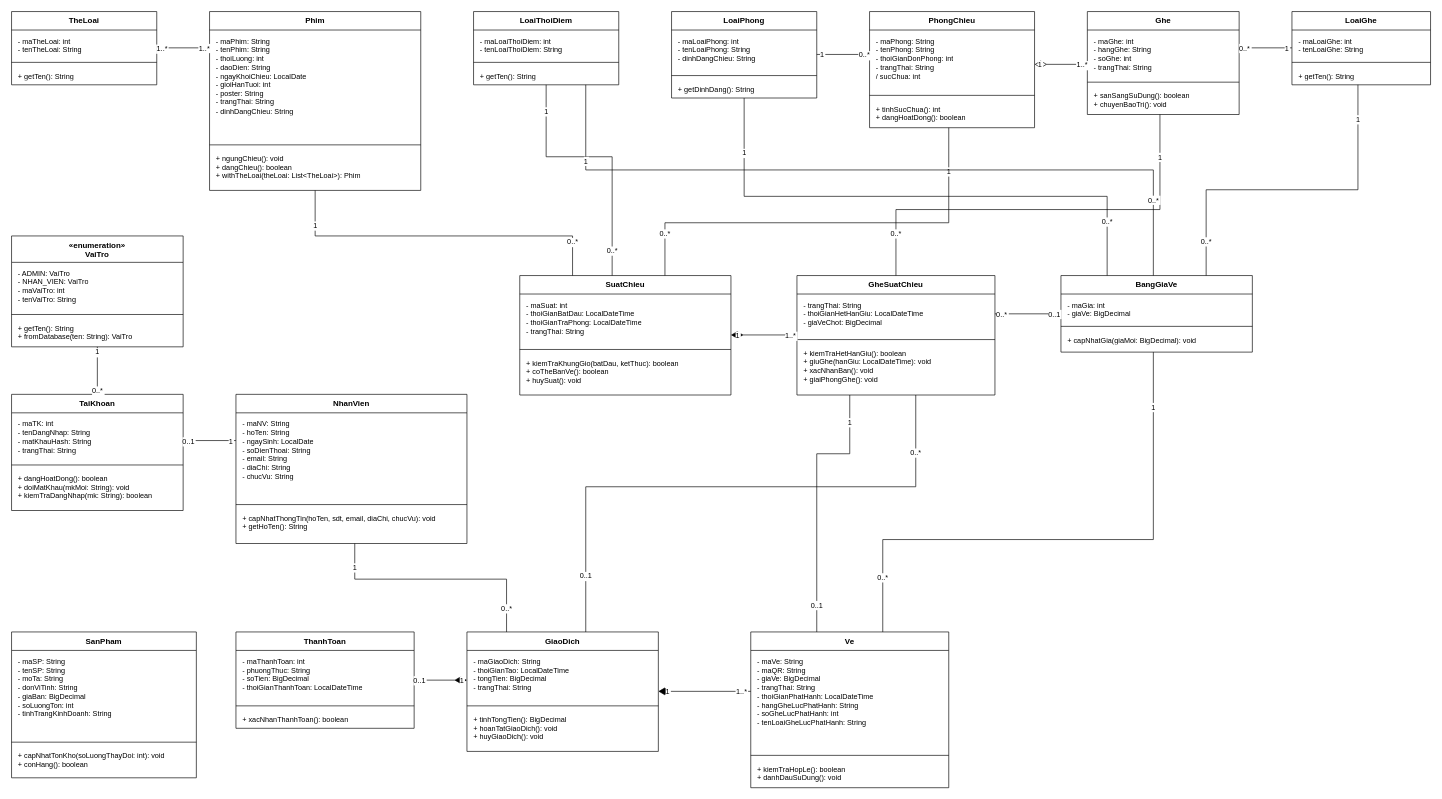
The draw.io diagram docs/SoDoLop_RapChieuPhim.drawio in ThanhDat-png/OOAD-ManagerCinema, before the edit. Source tidied: cells renumbered, new cells numbered last; positions are measured from the earlier drawing's top-left corner, leaving out a move shared by most shapes. Both pictures are drawn from the tidied source at 66%, with x=0, y=0 at pixel (11, 11).
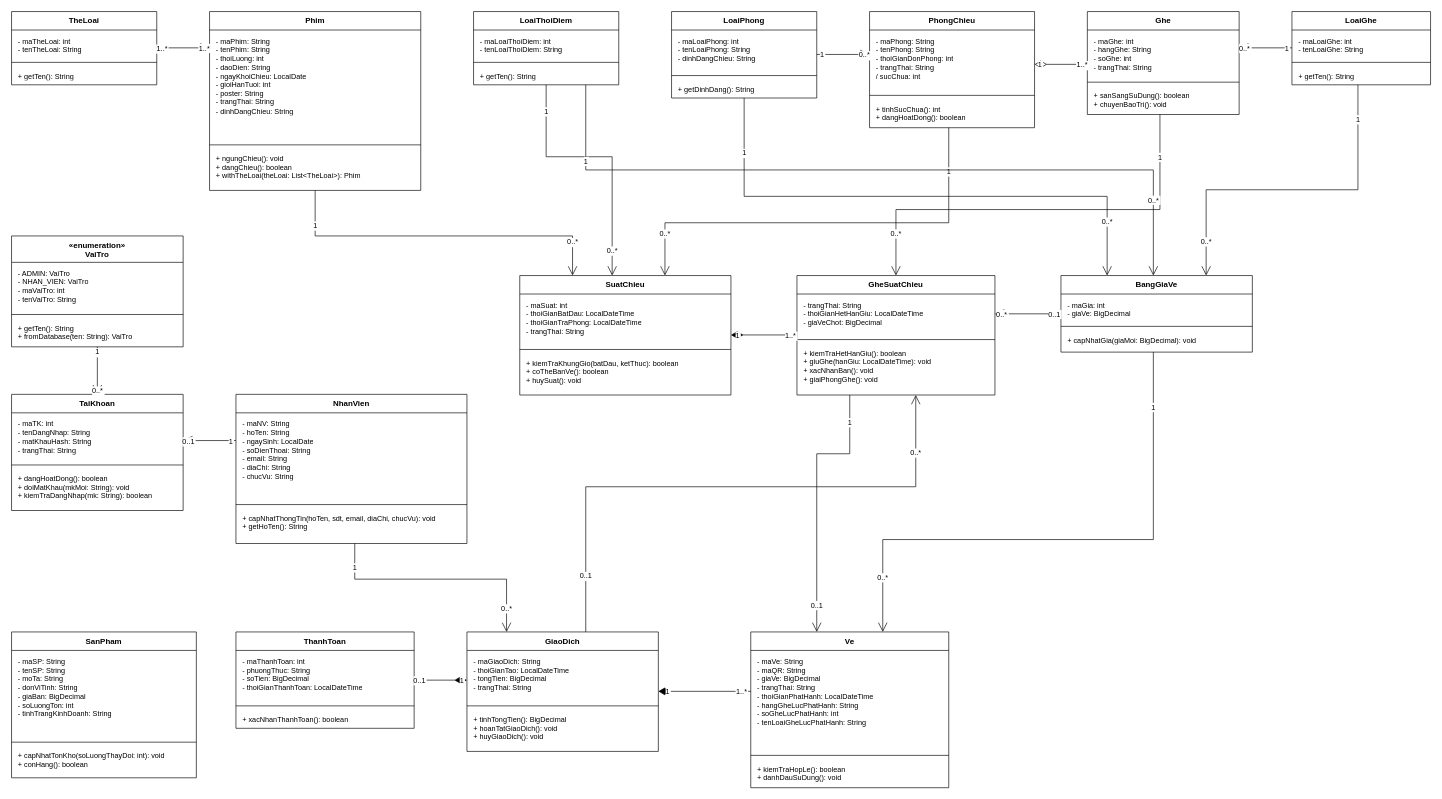
Above is the later version.

Unchanged cells that the change refers to:
```xml
<mxCell id="2" value="TheLoai" style="swimlane;fontStyle=1;align=center;verticalAlign=top;horizontal=1;startSize=28;html=0;whiteSpace=wrap;rounded=0;fillColor=#FFFFFF;strokeColor=#000000;strokeWidth=1;fontSize=12;fontColor=#000000;" parent="1" vertex="1">
  <mxGeometry width="220" height="111" as="geometry" />
</mxCell>
<mxCell id="6" value="Phim" style="swimlane;fontStyle=1;align=center;verticalAlign=top;horizontal=1;startSize=28;html=0;whiteSpace=wrap;rounded=0;fillColor=#FFFFFF;strokeColor=#000000;strokeWidth=1;fontSize=12;fontColor=#000000;" parent="1" vertex="1">
  <mxGeometry x="300" width="320" height="271" as="geometry" />
</mxCell>
<mxCell id="10" value="LoaiThoiDiem" style="swimlane;fontStyle=1;align=center;verticalAlign=top;horizontal=1;startSize=28;html=0;whiteSpace=wrap;rounded=0;fillColor=#FFFFFF;strokeColor=#000000;strokeWidth=1;fontSize=12;fontColor=#000000;" parent="1" vertex="1">
  <mxGeometry x="700" width="220" height="111" as="geometry" />
</mxCell>
<mxCell id="14" value="LoaiPhong" style="swimlane;fontStyle=1;align=center;verticalAlign=top;horizontal=1;startSize=28;html=0;whiteSpace=wrap;rounded=0;fillColor=#FFFFFF;strokeColor=#000000;strokeWidth=1;fontSize=12;fontColor=#000000;" parent="1" vertex="1">
  <mxGeometry x="1000" width="220" height="131" as="geometry" />
</mxCell>
<mxCell id="18" value="PhongChieu" style="swimlane;fontStyle=1;align=center;verticalAlign=top;horizontal=1;startSize=28;html=0;whiteSpace=wrap;rounded=0;fillColor=#FFFFFF;strokeColor=#000000;strokeWidth=1;fontSize=12;fontColor=#000000;" parent="1" vertex="1">
  <mxGeometry x="1300" width="250" height="176" as="geometry" />
</mxCell>
<mxCell id="22" value="Ghe" style="swimlane;fontStyle=1;align=center;verticalAlign=top;horizontal=1;startSize=28;html=0;whiteSpace=wrap;rounded=0;fillColor=#FFFFFF;strokeColor=#000000;strokeWidth=1;fontSize=12;fontColor=#000000;" parent="1" vertex="1">
  <mxGeometry x="1630" width="230" height="156" as="geometry" />
</mxCell>
<mxCell id="26" value="LoaiGhe" style="swimlane;fontStyle=1;align=center;verticalAlign=top;horizontal=1;startSize=28;html=0;whiteSpace=wrap;rounded=0;fillColor=#FFFFFF;strokeColor=#000000;strokeWidth=1;fontSize=12;fontColor=#000000;" parent="1" vertex="1">
  <mxGeometry x="1940" width="210" height="111" as="geometry" />
</mxCell>
<mxCell id="30" value="«enumeration»&#10;VaiTro" style="swimlane;fontStyle=1;align=center;verticalAlign=top;horizontal=1;startSize=40;html=0;whiteSpace=wrap;rounded=0;fillColor=#FFFFFF;strokeColor=#000000;strokeWidth=1;fontSize=12;fontColor=#000000;" parent="1" vertex="1">
  <mxGeometry y="340" width="260" height="168" as="geometry" />
</mxCell>
<mxCell id="34" value="TaiKhoan" style="swimlane;fontStyle=1;align=center;verticalAlign=top;horizontal=1;startSize=28;html=0;whiteSpace=wrap;rounded=0;fillColor=#FFFFFF;strokeColor=#000000;strokeWidth=1;fontSize=12;fontColor=#000000;" parent="1" vertex="1">
  <mxGeometry y="580" width="260" height="176" as="geometry" />
</mxCell>
<mxCell id="38" value="NhanVien" style="swimlane;fontStyle=1;align=center;verticalAlign=top;horizontal=1;startSize=28;html=0;whiteSpace=wrap;rounded=0;fillColor=#FFFFFF;strokeColor=#000000;strokeWidth=1;fontSize=12;fontColor=#000000;" parent="1" vertex="1">
  <mxGeometry x="340" y="580" width="350" height="226" as="geometry" />
</mxCell>
<mxCell id="42" value="SuatChieu" style="swimlane;fontStyle=1;align=center;verticalAlign=top;horizontal=1;startSize=28;html=0;whiteSpace=wrap;rounded=0;fillColor=#FFFFFF;strokeColor=#000000;strokeWidth=1;fontSize=12;fontColor=#000000;" parent="1" vertex="1">
  <mxGeometry x="770" y="400" width="320" height="181" as="geometry" />
</mxCell>
<mxCell id="46" value="GheSuatChieu" style="swimlane;fontStyle=1;align=center;verticalAlign=top;horizontal=1;startSize=28;html=0;whiteSpace=wrap;rounded=0;fillColor=#FFFFFF;strokeColor=#000000;strokeWidth=1;fontSize=12;fontColor=#000000;" parent="1" vertex="1">
  <mxGeometry x="1190" y="400" width="300" height="181" as="geometry" />
</mxCell>
<mxCell id="50" value="BangGiaVe" style="swimlane;fontStyle=1;align=center;verticalAlign=top;horizontal=1;startSize=28;html=0;whiteSpace=wrap;rounded=0;fillColor=#FFFFFF;strokeColor=#000000;strokeWidth=1;fontSize=12;fontColor=#000000;" parent="1" vertex="1">
  <mxGeometry x="1590" y="400" width="290" height="116" as="geometry" />
</mxCell>
<mxCell id="58" value="ThanhToan" style="swimlane;fontStyle=1;align=center;verticalAlign=top;horizontal=1;startSize=28;html=0;whiteSpace=wrap;rounded=0;fillColor=#FFFFFF;strokeColor=#000000;strokeWidth=1;fontSize=12;fontColor=#000000;" parent="1" vertex="1">
  <mxGeometry x="340" y="940" width="270" height="146" as="geometry" />
</mxCell>
<mxCell id="62" value="GiaoDich" style="swimlane;fontStyle=1;align=center;verticalAlign=top;horizontal=1;startSize=28;html=0;whiteSpace=wrap;rounded=0;fillColor=#FFFFFF;strokeColor=#000000;strokeWidth=1;fontSize=12;fontColor=#000000;" parent="1" vertex="1">
  <mxGeometry x="690" y="940" width="290" height="181" as="geometry" />
</mxCell>
<mxCell id="66" value="Ve" style="swimlane;fontStyle=1;align=center;verticalAlign=top;horizontal=1;startSize=28;html=0;whiteSpace=wrap;rounded=0;fillColor=#FFFFFF;strokeColor=#000000;strokeWidth=1;fontSize=12;fontColor=#000000;" parent="1" vertex="1">
  <mxGeometry x="1120" y="940" width="300" height="236" as="geometry" />
</mxCell>
```

What changed in the source:
```diff
@@
-    <mxCell id="70" style="edgeStyle=orthogonalEdgeStyle;rounded=0;jettySize=auto;html=0;strokeWidth=1;strokeColor=#000000;dashed=0;startArrow=none;endArrow=none;startFill=0;endFill=0;startSize=14;endSize=14;exitX=0.5;exitY=1.0;exitDx=0;exitDy=0;entryX=0.5;entryY=0.0;entryDx=0;entryDy=0;" parent="1" edge="1" source="30" target="34">
+    <mxCell id="70" style="edgeStyle=orthogonalEdgeStyle;rounded=0;jettySize=auto;html=0;strokeWidth=1;strokeColor=#000000;dashed=0;startArrow=none;endArrow=open;startFill=0;endFill=0;startSize=14;endSize=12;exitX=0.5;exitY=1.0;exitDx=0;exitDy=0;entryX=0.5;entryY=0.0;entryDx=0;entryDy=0;" parent="1" edge="1" source="30" target="34">
       <mxGeometry relative="1" as="geometry" />
     </mxCell>
@@
-    <mxCell id="73" style="edgeStyle=orthogonalEdgeStyle;rounded=0;jettySize=auto;html=0;strokeWidth=1;strokeColor=#000000;dashed=0;startArrow=none;endArrow=none;startFill=0;endFill=0;startSize=14;endSize=14;exitX=0.0;exitY=0.30973;exitDx=0;exitDy=0;entryX=1.0;entryY=0.39773;entryDx=0;entryDy=0;" parent="1" edge="1" source="38" target="34">
+    <mxCell id="73" style="edgeStyle=orthogonalEdgeStyle;rounded=0;jettySize=auto;html=0;strokeWidth=1;strokeColor=#000000;dashed=0;startArrow=none;endArrow=open;startFill=0;endFill=0;startSize=14;endSize=12;exitX=0.0;exitY=0.30973;exitDx=0;exitDy=0;entryX=1.0;entryY=0.39773;entryDx=0;entryDy=0;" parent="1" edge="1" source="38" target="34">
       <mxGeometry relative="1" as="geometry" />
     </mxCell>
@@
-    <mxCell id="76" style="edgeStyle=orthogonalEdgeStyle;rounded=0;jettySize=auto;html=0;strokeWidth=1;strokeColor=#000000;dashed=0;startArrow=none;endArrow=none;startFill=0;endFill=0;startSize=14;endSize=14;exitX=1.0;exitY=0.4955;exitDx=0;exitDy=0;entryX=0.0;entryY=0.20295;entryDx=0;entryDy=0;" parent="1" edge="1" source="2" target="6">
+    <mxCell id="76" style="edgeStyle=orthogonalEdgeStyle;rounded=0;jettySize=auto;html=0;strokeWidth=1;strokeColor=#000000;dashed=0;startArrow=none;endArrow=open;startFill=0;endFill=0;startSize=14;endSize=12;exitX=1.0;exitY=0.4955;exitDx=0;exitDy=0;entryX=0.0;entryY=0.20295;entryDx=0;entryDy=0;" parent="1" edge="1" source="2" target="6">
       <mxGeometry relative="1" as="geometry" />
     </mxCell>
@@
-    <mxCell id="79" style="edgeStyle=orthogonalEdgeStyle;rounded=0;jettySize=auto;html=0;strokeWidth=1;strokeColor=#000000;dashed=0;startArrow=none;endArrow=none;startFill=0;endFill=0;startSize=14;endSize=14;exitX=1.0;exitY=0.49618;exitDx=0;exitDy=0;entryX=0.0;entryY=0.36932;entryDx=0;entryDy=0;" parent="1" edge="1" source="14" target="18">
+    <mxCell id="79" style="edgeStyle=orthogonalEdgeStyle;rounded=0;jettySize=auto;html=0;strokeWidth=1;strokeColor=#000000;dashed=0;startArrow=none;endArrow=open;startFill=0;endFill=0;startSize=14;endSize=12;exitX=1.0;exitY=0.49618;exitDx=0;exitDy=0;entryX=0.0;entryY=0.36932;entryDx=0;entryDy=0;" parent="1" edge="1" source="14" target="18">
       <mxGeometry relative="1" as="geometry" />
     </mxCell>
@@
-    <mxCell id="82" style="edgeStyle=orthogonalEdgeStyle;rounded=0;jettySize=auto;html=0;strokeWidth=1;strokeColor=#000000;dashed=0;startArrow=diamondThin;endArrow=none;startFill=0;endFill=0;startSize=16;endSize=14;exitX=1.0;exitY=0.45455;exitDx=0;exitDy=0;entryX=0.0;entryY=0.51282;entryDx=0;entryDy=0;" parent="1" edge="1" source="18" target="22">
+    <mxCell id="82" style="edgeStyle=orthogonalEdgeStyle;rounded=0;jettySize=auto;html=0;strokeWidth=1;strokeColor=#000000;dashed=0;startArrow=diamondThin;endArrow=none;startFill=0;endFill=0;startSize=16;endSize=12;exitX=1.0;exitY=0.45455;exitDx=0;exitDy=0;entryX=0.0;entryY=0.51282;entryDx=0;entryDy=0;" parent="1" edge="1" source="18" target="22">
       <mxGeometry relative="1" as="geometry" />
     </mxCell>
@@
-    <mxCell id="85" style="edgeStyle=orthogonalEdgeStyle;rounded=0;jettySize=auto;html=0;strokeWidth=1;strokeColor=#000000;dashed=0;startArrow=none;endArrow=none;startFill=0;endFill=0;startSize=14;endSize=14;exitX=0.0;exitY=0.4955;exitDx=0;exitDy=0;entryX=1.0;entryY=0.35256;entryDx=0;entryDy=0;" parent="1" edge="1" source="26" target="22">
+    <mxCell id="85" style="edgeStyle=orthogonalEdgeStyle;rounded=0;jettySize=auto;html=0;strokeWidth=1;strokeColor=#000000;dashed=0;startArrow=none;endArrow=open;startFill=0;endFill=0;startSize=14;endSize=12;exitX=0.0;exitY=0.4955;exitDx=0;exitDy=0;entryX=1.0;entryY=0.35256;entryDx=0;entryDy=0;" parent="1" edge="1" source="26" target="22">
       <mxGeometry relative="1" as="geometry" />
     </mxCell>
@@
-    <mxCell id="88" style="edgeStyle=orthogonalEdgeStyle;rounded=0;jettySize=auto;html=0;strokeWidth=1;strokeColor=#000000;dashed=0;startArrow=none;endArrow=none;startFill=0;endFill=0;startSize=14;endSize=14;exitX=0.51429;exitY=1.0;exitDx=0;exitDy=0;entryX=0.2069;entryY=0.0;entryDx=0;entryDy=0;" parent="1" edge="1" source="38" target="62">
+    <mxCell id="88" style="edgeStyle=orthogonalEdgeStyle;rounded=0;jettySize=auto;html=0;strokeWidth=1;strokeColor=#000000;dashed=0;startArrow=none;endArrow=open;startFill=0;endFill=0;startSize=14;endSize=12;exitX=0.51429;exitY=1.0;exitDx=0;exitDy=0;entryX=0.2069;entryY=0.0;entryDx=0;entryDy=0;" parent="1" edge="1" source="38" target="62">
       <mxGeometry relative="1" as="geometry">
         <Array as="points">
           <mxPoint x="520" y="860" />
           <mxPoint x="750" y="860" />
         </Array>
       </mxGeometry>
     </mxCell>
@@
-    <mxCell id="91" style="edgeStyle=orthogonalEdgeStyle;rounded=0;jettySize=auto;html=0;strokeWidth=1;strokeColor=#000000;dashed=0;startArrow=none;endArrow=none;startFill=0;endFill=0;startSize=14;endSize=14;exitX=0.5;exitY=1.0;exitDx=0;exitDy=0;entryX=0.25;entryY=0.0;entryDx=0;entryDy=0;" parent="1" edge="1" source="6" target="42">
+    <mxCell id="91" style="edgeStyle=orthogonalEdgeStyle;rounded=0;jettySize=auto;html=0;strokeWidth=1;strokeColor=#000000;dashed=0;startArrow=none;endArrow=open;startFill=0;endFill=0;startSize=14;endSize=12;exitX=0.5;exitY=1.0;exitDx=0;exitDy=0;entryX=0.25;entryY=0.0;entryDx=0;entryDy=0;" parent="1" edge="1" source="6" target="42">
       <mxGeometry relative="1" as="geometry">
         <Array as="points">
           <mxPoint x="460" y="340" />
           <mxPoint x="850" y="340" />
         </Array>
       </mxGeometry>
     </mxCell>
@@
-    <mxCell id="94" style="edgeStyle=orthogonalEdgeStyle;rounded=0;jettySize=auto;html=0;strokeWidth=1;strokeColor=#000000;dashed=0;startArrow=none;endArrow=none;startFill=0;endFill=0;startSize=14;endSize=14;exitX=0.5;exitY=1.0;exitDx=0;exitDy=0;entryX=0.4375;entryY=0.0;entryDx=0;entryDy=0;" parent="1" edge="1" source="10" target="42">
+    <mxCell id="94" style="edgeStyle=orthogonalEdgeStyle;rounded=0;jettySize=auto;html=0;strokeWidth=1;strokeColor=#000000;dashed=0;startArrow=none;endArrow=open;startFill=0;endFill=0;startSize=14;endSize=12;exitX=0.5;exitY=1.0;exitDx=0;exitDy=0;entryX=0.4375;entryY=0.0;entryDx=0;entryDy=0;" parent="1" edge="1" source="10" target="42">
       <mxGeometry relative="1" as="geometry">
         <Array as="points">
           <mxPoint x="810" y="220" />
           <mxPoint x="910" y="220" />
         </Array>
       </mxGeometry>
     </mxCell>
@@
-    <mxCell id="97" style="edgeStyle=orthogonalEdgeStyle;rounded=0;jettySize=auto;html=0;strokeWidth=1;strokeColor=#000000;dashed=0;startArrow=diamondThin;endArrow=none;startFill=1;endFill=0;startSize=16;endSize=14;exitX=1.0;exitY=0.49724;exitDx=0;exitDy=0;entryX=0.0;entryY=0.49724;entryDx=0;entryDy=0;" parent="1" edge="1" source="42" target="46">
+    <mxCell id="97" style="edgeStyle=orthogonalEdgeStyle;rounded=0;jettySize=auto;html=0;strokeWidth=1;strokeColor=#000000;dashed=0;startArrow=diamondThin;endArrow=none;startFill=1;endFill=0;startSize=16;endSize=12;exitX=1.0;exitY=0.49724;exitDx=0;exitDy=0;entryX=0.0;entryY=0.49724;entryDx=0;entryDy=0;" parent="1" edge="1" source="42" target="46">
       <mxGeometry relative="1" as="geometry" />
     </mxCell>
@@
-    <mxCell id="100" style="edgeStyle=orthogonalEdgeStyle;rounded=0;jettySize=auto;html=0;strokeWidth=1;strokeColor=#000000;dashed=0;startArrow=none;endArrow=none;startFill=0;endFill=0;startSize=14;endSize=14;exitX=0.48;exitY=1.0;exitDx=0;exitDy=0;entryX=0.6875;entryY=0.0;entryDx=0;entryDy=0;" parent="1" edge="1" source="18" target="42">
+    <mxCell id="100" style="edgeStyle=orthogonalEdgeStyle;rounded=0;jettySize=auto;html=0;strokeWidth=1;strokeColor=#000000;dashed=0;startArrow=none;endArrow=open;startFill=0;endFill=0;startSize=14;endSize=12;exitX=0.48;exitY=1.0;exitDx=0;exitDy=0;entryX=0.6875;entryY=0.0;entryDx=0;entryDy=0;" parent="1" edge="1" source="18" target="42">
       <mxGeometry relative="1" as="geometry">
         <Array as="points">
           <mxPoint x="1420" y="320" />
           <mxPoint x="990" y="320" />
         </Array>
       </mxGeometry>
     </mxCell>
@@
-    <mxCell id="103" style="edgeStyle=orthogonalEdgeStyle;rounded=0;jettySize=auto;html=0;strokeWidth=1;strokeColor=#000000;dashed=0;startArrow=none;endArrow=none;startFill=0;endFill=0;startSize=14;endSize=14;exitX=0.47826;exitY=1.0;exitDx=0;exitDy=0;entryX=0.5;entryY=0.0;entryDx=0;entryDy=0;" parent="1" edge="1" source="22" target="46">
+    <mxCell id="103" style="edgeStyle=orthogonalEdgeStyle;rounded=0;jettySize=auto;html=0;strokeWidth=1;strokeColor=#000000;dashed=0;startArrow=none;endArrow=open;startFill=0;endFill=0;startSize=14;endSize=12;exitX=0.47826;exitY=1.0;exitDx=0;exitDy=0;entryX=0.5;entryY=0.0;entryDx=0;entryDy=0;" parent="1" edge="1" source="22" target="46">
       <mxGeometry relative="1" as="geometry">
         <Array as="points">
           <mxPoint x="1740" y="300" />
           <mxPoint x="1340" y="300" />
         </Array>
       </mxGeometry>
     </mxCell>
@@
-    <mxCell id="106" style="edgeStyle=orthogonalEdgeStyle;rounded=0;jettySize=auto;html=0;strokeWidth=1;strokeColor=#000000;dashed=0;startArrow=none;endArrow=none;startFill=0;endFill=0;startSize=14;endSize=14;exitX=0.5;exitY=1.0;exitDx=0;exitDy=0;entryX=0.24138;entryY=0.0;entryDx=0;entryDy=0;" parent="1" edge="1" source="14" target="50">
+    <mxCell id="106" style="edgeStyle=orthogonalEdgeStyle;rounded=0;jettySize=auto;html=0;strokeWidth=1;strokeColor=#000000;dashed=0;startArrow=none;endArrow=open;startFill=0;endFill=0;startSize=14;endSize=12;exitX=0.5;exitY=1.0;exitDx=0;exitDy=0;entryX=0.24138;entryY=0.0;entryDx=0;entryDy=0;" parent="1" edge="1" source="14" target="50">
       <mxGeometry relative="1" as="geometry">
         <Array as="points">
           <mxPoint x="1110" y="280" />
           <mxPoint x="1660" y="280" />
         </Array>
       </mxGeometry>
     </mxCell>
@@
-    <mxCell id="109" style="edgeStyle=orthogonalEdgeStyle;rounded=0;jettySize=auto;html=0;strokeWidth=1;strokeColor=#000000;dashed=0;startArrow=none;endArrow=none;startFill=0;endFill=0;startSize=14;endSize=14;exitX=0.47619;exitY=1.0;exitDx=0;exitDy=0;entryX=0.75862;entryY=0.0;entryDx=0;entryDy=0;" parent="1" edge="1" source="26" target="50">
+    <mxCell id="109" style="edgeStyle=orthogonalEdgeStyle;rounded=0;jettySize=auto;html=0;strokeWidth=1;strokeColor=#000000;dashed=0;startArrow=none;endArrow=open;startFill=0;endFill=0;startSize=14;endSize=12;exitX=0.47619;exitY=1.0;exitDx=0;exitDy=0;entryX=0.75862;entryY=0.0;entryDx=0;entryDy=0;" parent="1" edge="1" source="26" target="50">
       <mxGeometry relative="1" as="geometry">
         <Array as="points">
           <mxPoint x="2040" y="270" />
           <mxPoint x="1810" y="270" />
         </Array>
       </mxGeometry>
     </mxCell>
@@
-    <mxCell id="112" style="edgeStyle=orthogonalEdgeStyle;rounded=0;jettySize=auto;html=0;strokeWidth=1;strokeColor=#000000;dashed=0;startArrow=none;endArrow=none;startFill=0;endFill=0;startSize=14;endSize=14;exitX=0.77273;exitY=1.0;exitDx=0;exitDy=0;entryX=0.48276;entryY=0.0;entryDx=0;entryDy=0;" parent="1" edge="1" source="10" target="50">
+    <mxCell id="112" style="edgeStyle=orthogonalEdgeStyle;rounded=0;jettySize=auto;html=0;strokeWidth=1;strokeColor=#000000;dashed=0;startArrow=none;endArrow=open;startFill=0;endFill=0;startSize=14;endSize=12;exitX=0.77273;exitY=1.0;exitDx=0;exitDy=0;entryX=0.48276;entryY=0.0;entryDx=0;entryDy=0;" parent="1" edge="1" source="10" target="50">
       <mxGeometry relative="1" as="geometry">
         <Array as="points">
           <mxPoint x="870" y="240" />
           <mxPoint x="1730" y="240" />
         </Array>
       </mxGeometry>
     </mxCell>
@@
-    <mxCell id="115" style="edgeStyle=orthogonalEdgeStyle;rounded=0;jettySize=auto;html=0;strokeWidth=1;strokeColor=#000000;dashed=0;startArrow=none;endArrow=none;startFill=0;endFill=0;startSize=14;endSize=14;exitX=0.0;exitY=0.5;exitDx=0;exitDy=0;entryX=1.0;entryY=0.32044;entryDx=0;entryDy=0;" parent="1" edge="1" source="50" target="46">
+    <mxCell id="115" style="edgeStyle=orthogonalEdgeStyle;rounded=0;jettySize=auto;html=0;strokeWidth=1;strokeColor=#000000;dashed=0;startArrow=none;endArrow=open;startFill=0;endFill=0;startSize=14;endSize=12;exitX=0.0;exitY=0.5;exitDx=0;exitDy=0;entryX=1.0;entryY=0.32044;entryDx=0;entryDy=0;" parent="1" edge="1" source="50" target="46">
       <mxGeometry relative="1" as="geometry" />
     </mxCell>
@@
-    <mxCell id="118" style="edgeStyle=orthogonalEdgeStyle;rounded=0;jettySize=auto;html=0;strokeWidth=1;strokeColor=#000000;dashed=0;startArrow=diamondThin;endArrow=none;startFill=1;endFill=0;startSize=16;endSize=14;exitX=0.0;exitY=0.40331;exitDx=0;exitDy=0;entryX=1.0;entryY=0.5;entryDx=0;entryDy=0;" parent="1" edge="1" source="62" target="58">
+    <mxCell id="118" style="edgeStyle=orthogonalEdgeStyle;rounded=0;jettySize=auto;html=0;strokeWidth=1;strokeColor=#000000;dashed=0;startArrow=diamondThin;endArrow=none;startFill=1;endFill=0;startSize=16;endSize=12;exitX=0.0;exitY=0.40331;exitDx=0;exitDy=0;entryX=1.0;entryY=0.5;entryDx=0;entryDy=0;" parent="1" edge="1" source="62" target="58">
       <mxGeometry relative="1" as="geometry" />
     </mxCell>
@@
-    <mxCell id="121" style="edgeStyle=orthogonalEdgeStyle;rounded=0;jettySize=auto;html=0;strokeWidth=1;strokeColor=#000000;dashed=0;startArrow=diamondThin;endArrow=none;startFill=1;endFill=0;startSize=16;endSize=14;exitX=1.0;exitY=0.49724;exitDx=0;exitDy=0;entryX=0.0;entryY=0.38136;entryDx=0;entryDy=0;" parent="1" edge="1" source="62" target="66">
+    <mxCell id="121" style="edgeStyle=orthogonalEdgeStyle;rounded=0;jettySize=auto;html=0;strokeWidth=1;strokeColor=#000000;dashed=0;startArrow=diamondThin;endArrow=none;startFill=1;endFill=0;startSize=16;endSize=12;exitX=1.0;exitY=0.49724;exitDx=0;exitDy=0;entryX=0.0;entryY=0.38136;entryDx=0;entryDy=0;" parent="1" edge="1" source="62" target="66">
       <mxGeometry relative="1" as="geometry" />
     </mxCell>
@@
-    <mxCell id="124" style="edgeStyle=orthogonalEdgeStyle;rounded=0;jettySize=auto;html=0;strokeWidth=1;strokeColor=#000000;dashed=0;startArrow=none;endArrow=none;startFill=0;endFill=0;startSize=14;endSize=14;exitX=0.26667;exitY=1.0;exitDx=0;exitDy=0;entryX=0.33333;entryY=0.0;entryDx=0;entryDy=0;" parent="1" edge="1" source="46" target="66">
+    <mxCell id="124" style="edgeStyle=orthogonalEdgeStyle;rounded=0;jettySize=auto;html=0;strokeWidth=1;strokeColor=#000000;dashed=0;startArrow=none;endArrow=open;startFill=0;endFill=0;startSize=14;endSize=12;exitX=0.26667;exitY=1.0;exitDx=0;exitDy=0;entryX=0.33333;entryY=0.0;entryDx=0;entryDy=0;" parent="1" edge="1" source="46" target="66">
       <mxGeometry relative="1" as="geometry">
         <Array as="points">
           <mxPoint x="1270" y="670" />
           <mxPoint x="1220" y="670" />
         </Array>
       </mxGeometry>
     </mxCell>
@@
-    <mxCell id="127" style="edgeStyle=orthogonalEdgeStyle;rounded=0;jettySize=auto;html=0;strokeWidth=1;strokeColor=#000000;dashed=0;startArrow=none;endArrow=none;startFill=0;endFill=0;startSize=14;endSize=14;exitX=0.62069;exitY=0.0;exitDx=0;exitDy=0;entryX=0.6;entryY=1.0;entryDx=0;entryDy=0;" parent="1" edge="1" source="62" target="46">
+    <mxCell id="127" style="edgeStyle=orthogonalEdgeStyle;rounded=0;jettySize=auto;html=0;strokeWidth=1;strokeColor=#000000;dashed=0;startArrow=none;endArrow=open;startFill=0;endFill=0;startSize=14;endSize=12;exitX=0.62069;exitY=0.0;exitDx=0;exitDy=0;entryX=0.6;entryY=1.0;entryDx=0;entryDy=0;" parent="1" edge="1" source="62" target="46">
       <mxGeometry relative="1" as="geometry">
         <Array as="points">
           <mxPoint x="870" y="720" />
           <mxPoint x="1370" y="720" />
         </Array>
       </mxGeometry>
     </mxCell>
@@
-    <mxCell id="130" style="edgeStyle=orthogonalEdgeStyle;rounded=0;jettySize=auto;html=0;strokeWidth=1;strokeColor=#000000;dashed=0;startArrow=none;endArrow=none;startFill=0;endFill=0;startSize=14;endSize=14;exitX=0.48276;exitY=1.0;exitDx=0;exitDy=0;entryX=0.66667;entryY=0.0;entryDx=0;entryDy=0;" parent="1" edge="1" source="50" target="66">
+    <mxCell id="130" style="edgeStyle=orthogonalEdgeStyle;rounded=0;jettySize=auto;html=0;strokeWidth=1;strokeColor=#000000;dashed=0;startArrow=none;endArrow=open;startFill=0;endFill=0;startSize=14;endSize=12;exitX=0.48276;exitY=1.0;exitDx=0;exitDy=0;entryX=0.66667;entryY=0.0;entryDx=0;entryDy=0;" parent="1" edge="1" source="50" target="66">
       <mxGeometry relative="1" as="geometry">
         <Array as="points">
           <mxPoint x="1730" y="800" />
           <mxPoint x="1320" y="800" />
         </Array>
       </mxGeometry>
     </mxCell>
```
